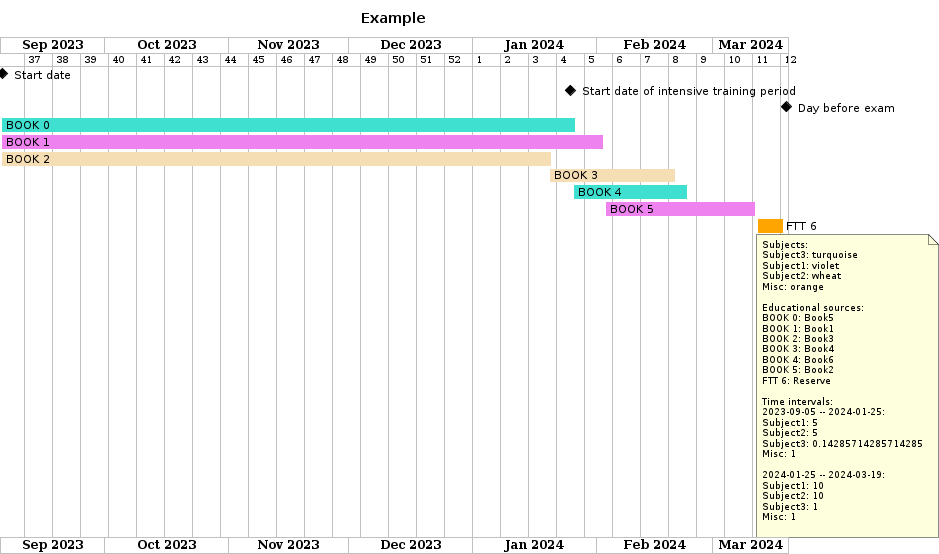
This is Descr/PlantUMLExample.png from CodeDesign2763/ImitPlanner, a PlantUML export, as it was before one commit.
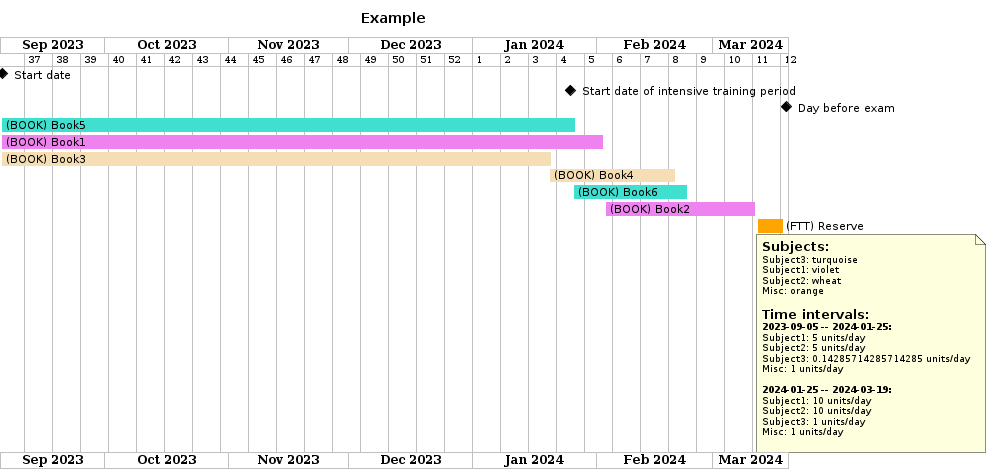
Above is the later version.

Commit message:
Improved PlantUML code generation and updated repository description

Change to the diagram source:
```diff
@@ -13,61 +13,52 @@
 
 [ Day before exam ] happens 2024-03-19
 
-[BOOK 0] as [b0] starts 2023-09-05
+[(BOOK) Book5] as [b0] starts 2023-09-05
 [b0] ends 2024-01-26
 [b0] is colored in turquoise
 
-[BOOK 1] as [b1] starts 2023-09-05
+[(BOOK) Book1] as [b1] starts 2023-09-05
 [b1] ends 2024-02-02
 [b1] is colored in violet
 
-[BOOK 2] as [b2] starts 2023-09-05
+[(BOOK) Book3] as [b2] starts 2023-09-05
 [b2] ends 2024-01-20
 [b2] is colored in wheat
 
-[BOOK 3] as [b3] starts 2024-01-20
+[(BOOK) Book4] as [b3] starts 2024-01-20
 [b3] ends 2024-02-20
 [b3] is colored in wheat
 
-[BOOK 4] as [b4] starts 2024-01-26
+[(BOOK) Book6] as [b4] starts 2024-01-26
 [b4] ends 2024-02-23
 [b4] is colored in turquoise
 
-[BOOK 5] as [b5] starts 2024-02-03
+[(BOOK) Book2] as [b5] starts 2024-02-03
 [b5] ends 2024-03-11
 [b5] is colored in violet
 
-[FTT 6] as [b6] starts 2024-03-12
+[(FTT) Reserve] as [b6] starts 2024-03-12
 [b6] ends 2024-03-18
 [b6] is colored in orange
 note bottom
-Subjects:
+= Subjects:
 Subject3: turquoise
 Subject1: violet
 Subject2: wheat
 Misc: orange
 
-Educational sources:
-BOOK 0: Book5
-BOOK 1: Book1
-BOOK 2: Book3
-BOOK 3: Book4
-BOOK 4: Book6
-BOOK 5: Book2
-FTT 6: Reserve
+= Time intervals:
+**2023-09-05 -- 2024-01-25:**
+Subject1: 5 units/day
+Subject2: 5 units/day
+Subject3: 0.14285714285714285 units/day
+Misc: 1 units/day
 
-Time intervals:
-2023-09-05 -- 2024-01-25:
-Subject1: 5
-Subject2: 5
-Subject3: 0.14285714285714285
-Misc: 1
-
-2024-01-25 -- 2024-03-19:
-Subject1: 10
-Subject2: 10
-Subject3: 1
-Misc: 1
+**2024-01-25 -- 2024-03-19:**
+Subject1: 10 units/day
+Subject2: 10 units/day
+Subject3: 1 units/day
+Misc: 1 units/day
 
 end note
 @endgantt
```
